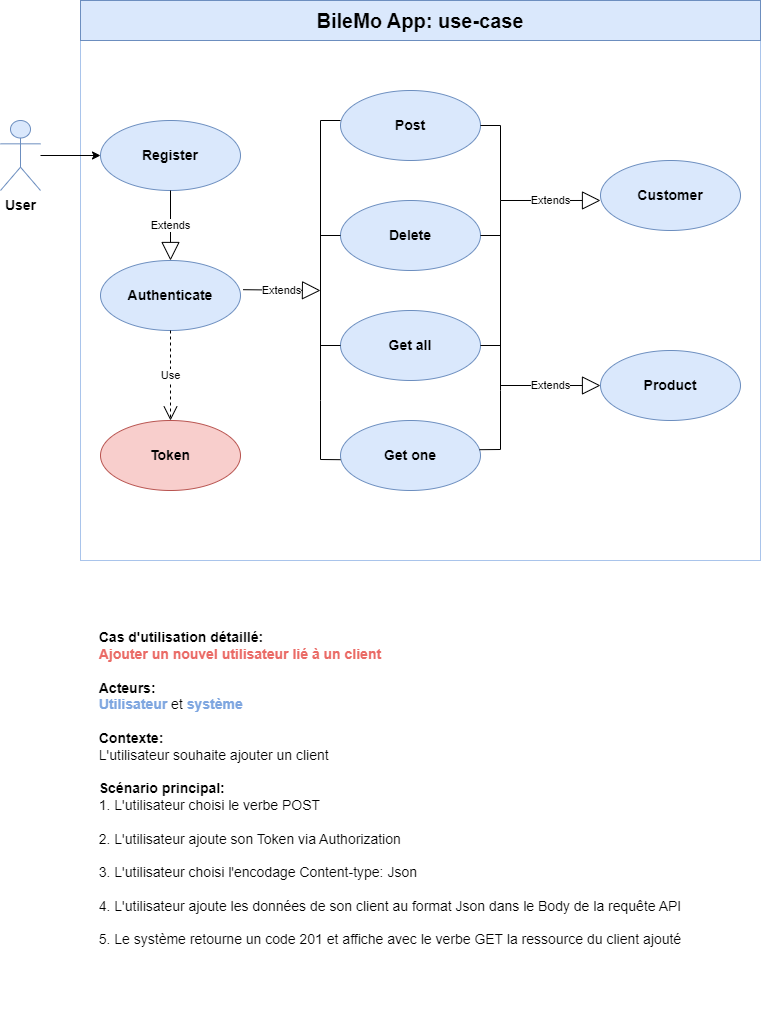
Before: diagrammes/cas-d-utilisation-utilisateur.png, a diagram exported from draw.io (fabienVernieres/BileMo). Source tidied: cells renumbered, new cells last; positions are measured from the earlier drawing's top-left corner, leaving out a move shared by most shapes.
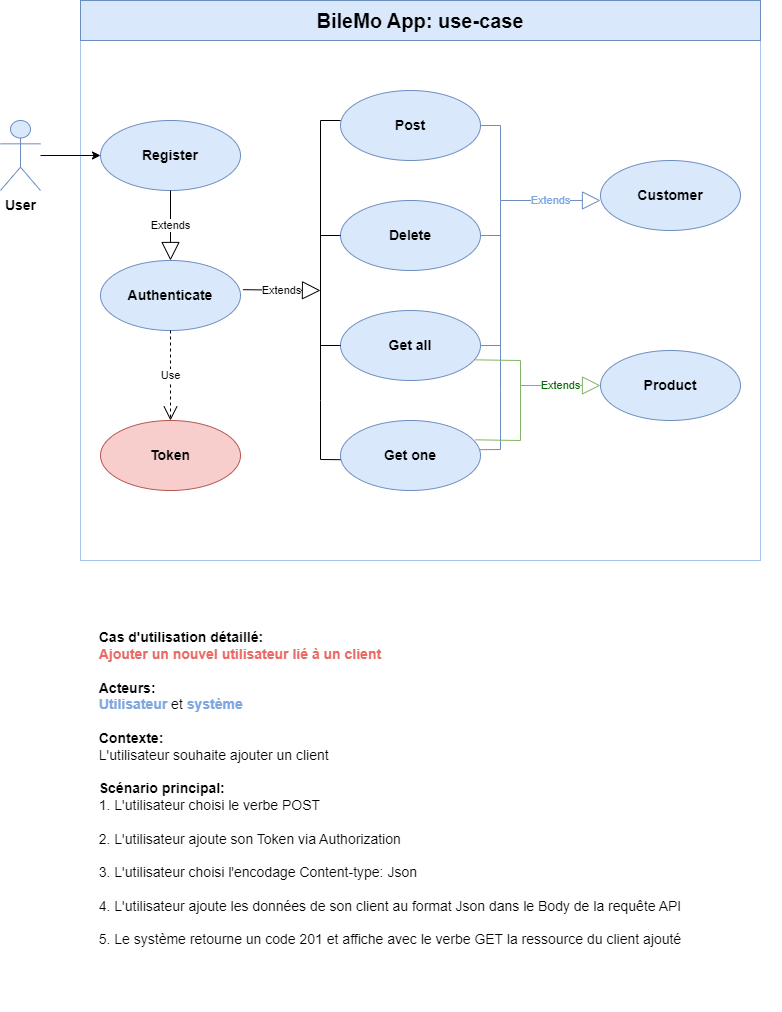
After the commit.

Commit message:
fix use case diagram

Change to the diagram source:
```diff
@@ -38,23 +38,23 @@
     <mxCell id="13" value="&lt;b&gt;&lt;font style=&quot;font-size: 14px;&quot;&gt;Product&lt;/font&gt;&lt;/b&gt;" style="ellipse;whiteSpace=wrap;html=1;fillColor=#dae8fc;strokeColor=#6c8ebf;" parent="1" vertex="1">
       <mxGeometry x="600" y="350" width="140" height="70" as="geometry" />
     </mxCell>
-    <mxCell id="14" value="Extends" style="endArrow=block;endSize=16;endFill=0;html=1;rounded=0;entryX=0;entryY=0.571;entryDx=0;entryDy=0;entryPerimeter=0;" parent="1" edge="1" target="9">
+    <mxCell id="14" value="&lt;font color=&quot;#7ea6e0&quot;&gt;Extends&lt;/font&gt;" style="endArrow=block;endSize=16;endFill=0;html=1;rounded=0;entryX=0;entryY=0.571;entryDx=0;entryDy=0;entryPerimeter=0;fillColor=#dae8fc;strokeColor=#6c8ebf;" parent="1" edge="1" target="9">
       <mxGeometry relative="1" as="geometry">
         <mxPoint x="500" y="200" as="sourcePoint" />
       </mxGeometry>
     </mxCell>
-    <mxCell id="15" value="Extends" style="endArrow=block;endSize=16;endFill=0;html=1;rounded=0;entryX=0;entryY=0.5;entryDx=0;entryDy=0;entryPerimeter=0;" parent="1" edge="1" target="13">
+    <mxCell id="15" value="&lt;font color=&quot;#006600&quot;&gt;Extends&lt;/font&gt;" style="endArrow=block;endSize=16;endFill=0;html=1;rounded=0;entryX=0;entryY=0.5;entryDx=0;entryDy=0;entryPerimeter=0;fillColor=#d5e8d4;strokeColor=#82b366;" parent="1" edge="1" target="13">
       <mxGeometry relative="1" as="geometry">
-        <mxPoint x="500" y="385" as="sourcePoint" />
+        <mxPoint x="520" y="385" as="sourcePoint" />
       </mxGeometry>
     </mxCell>
-    <mxCell id="16" style="endArrow=none;html=1;rounded=0;" parent="1" edge="1">
+    <mxCell id="16" style="endArrow=none;html=1;rounded=0;fillColor=#dae8fc;strokeColor=#6c8ebf;" parent="1" edge="1">
       <mxGeometry relative="1" as="geometry">
         <mxPoint x="500" y="390" as="sourcePoint" />
         <mxPoint x="500" y="200" as="targetPoint" />
       </mxGeometry>
     </mxCell>
-    <mxCell id="17" style="endArrow=none;html=1;rounded=0;exitX=1;exitY=0.5;exitDx=0;exitDy=0;" parent="1" edge="1" source="4">
+    <mxCell id="17" style="endArrow=none;html=1;rounded=0;exitX=1;exitY=0.5;exitDx=0;exitDy=0;fillColor=#dae8fc;strokeColor=#6c8ebf;" parent="1" edge="1" source="4">
       <mxGeometry relative="1" as="geometry">
         <mxPoint x="500" y="200" as="targetPoint" />
         <Array as="points">
@@ -62,17 +62,17 @@
         </Array>
       </mxGeometry>
     </mxCell>
-    <mxCell id="18" style="endArrow=none;html=1;rounded=0;exitX=1;exitY=0.5;exitDx=0;exitDy=0;" parent="1" edge="1" source="7">
+    <mxCell id="18" style="endArrow=none;html=1;rounded=0;exitX=1;exitY=0.5;exitDx=0;exitDy=0;fillColor=#dae8fc;strokeColor=#6c8ebf;" parent="1" edge="1" source="7">
       <mxGeometry relative="1" as="geometry">
         <mxPoint x="500" y="235" as="targetPoint" />
       </mxGeometry>
     </mxCell>
-    <mxCell id="19" style="endArrow=none;html=1;rounded=0;exitX=1;exitY=0.5;exitDx=0;exitDy=0;" parent="1" edge="1" source="11">
+    <mxCell id="19" style="endArrow=none;html=1;rounded=0;exitX=1;exitY=0.5;exitDx=0;exitDy=0;fillColor=#dae8fc;strokeColor=#6c8ebf;" parent="1" edge="1" source="11">
       <mxGeometry relative="1" as="geometry">
         <mxPoint x="500" y="345" as="targetPoint" />
       </mxGeometry>
     </mxCell>
-    <mxCell id="20" style="endArrow=none;html=1;rounded=0;exitX=0.993;exitY=0.417;exitDx=0;exitDy=0;exitPerimeter=0;" parent="1" edge="1" source="12">
+    <mxCell id="20" style="endArrow=none;html=1;rounded=0;exitX=0.993;exitY=0.417;exitDx=0;exitDy=0;exitPerimeter=0;fillColor=#dae8fc;strokeColor=#6c8ebf;" parent="1" edge="1" source="12">
       <mxGeometry relative="1" as="geometry">
         <mxPoint x="500" y="390" as="targetPoint" />
         <Array as="points">
@@ -131,5 +131,13 @@
     <mxCell id="30" value="Use" style="endArrow=open;endSize=12;dashed=1;html=1;rounded=0;exitX=0.5;exitY=1;exitDx=0;exitDy=0;entryX=0.5;entryY=0;entryDx=0;entryDy=0;" parent="1" edge="1" source="6" target="29">
       <mxGeometry relative="1" as="geometry" />
     </mxCell>
+    <mxCell id="31" style="endArrow=none;html=1;rounded=0;fontColor=#006600;entryX=0.964;entryY=0.705;entryDx=0;entryDy=0;entryPerimeter=0;fillColor=#d5e8d4;strokeColor=#82b366;exitX=0.964;exitY=0.276;exitDx=0;exitDy=0;exitPerimeter=0;" parent="1" edge="1" source="12" target="11">
+      <mxGeometry relative="1" as="geometry">
+        <Array as="points">
+          <mxPoint x="520" y="440" />
+          <mxPoint x="520" y="360" />
+        </Array>
+      </mxGeometry>
+    </mxCell>
   </root>
 </mxGraphModel>
```
